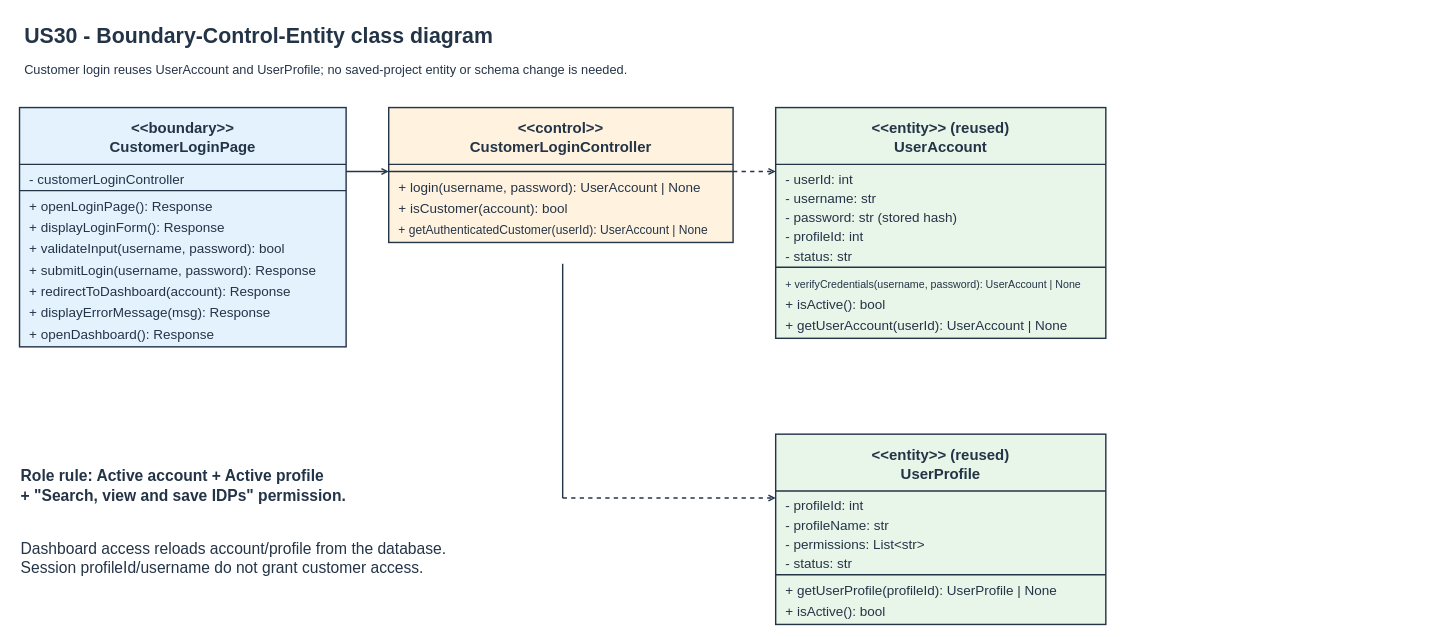
Above: page "5 BCE Class Diagram" (2 of 7) of Sprint_3/US30 - Customer Log In/US30 Customer log in.drawio in Hanzxc/CSIT314-ARCHSS (draw.io), before the change. Source tidied: cells renumbered, new cells numbered last; positions are measured from the earlier drawing's top-left corner, leaving out a move shared by most shapes. Both pictures are drawn from the tidied source at 71%, with x=0, y=0 at pixel (19, 18).
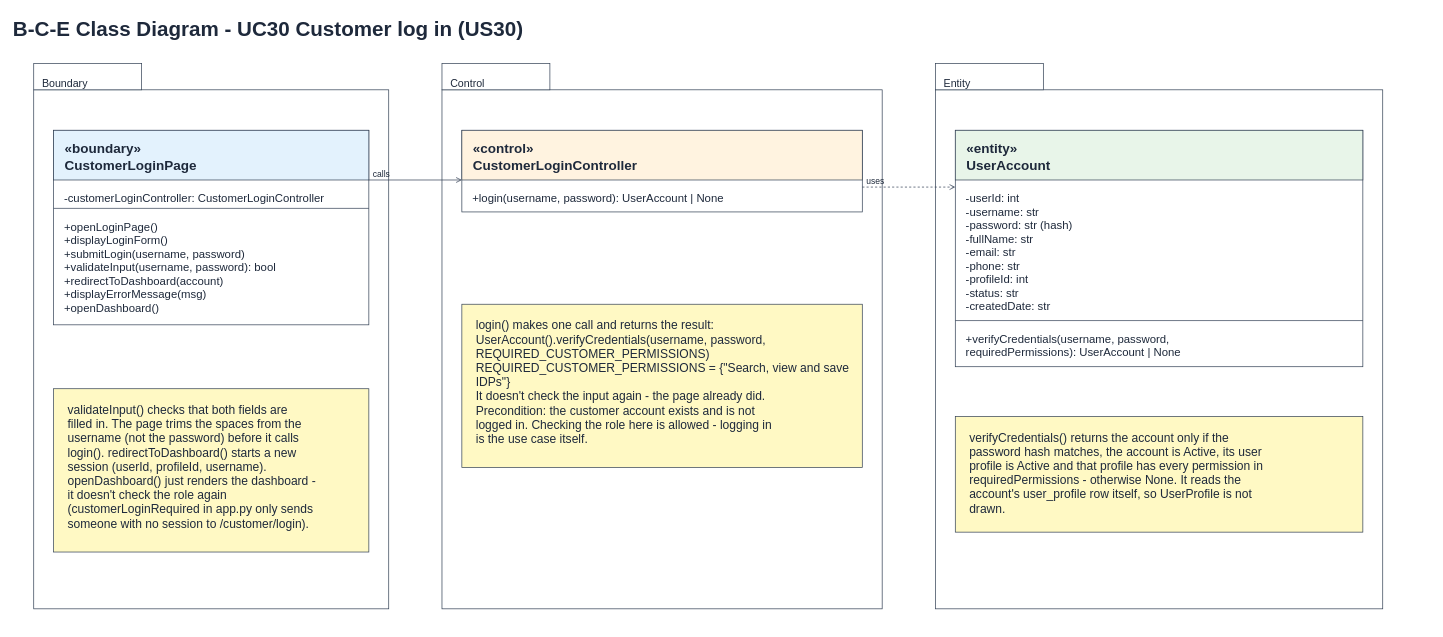
After the change.

What changed in the source:
```diff
@@
-    <mxCell id="2" value="US30 - Boundary-Control-Entity class diagram" style="text;html=0;align=left;verticalAlign=middle;whiteSpace=wrap;fontSize=30;fontStyle=1;fontColor=#243447;" parent="1" vertex="1">
-      <mxGeometry x="5" width="1520" height="45" as="geometry" />
+    <mxCell id="2" value="B-C-E Class Diagram - UC30 Customer log in (US30)" style="text;html=0;align=left;verticalAlign=top;fontSize=29;fontStyle=1;fontColor=#1e293b;" parent="1" vertex="1">
+      <mxGeometry x="-11" y="-10" width="2000" height="43" as="geometry" />
     </mxCell>
-    <mxCell id="3" value="Customer login reuses UserAccount and UserProfile; no saved-project entity or schema change is needed." style="text;html=0;align=left;verticalAlign=middle;whiteSpace=wrap;fontSize=18;fontStyle=0;fontColor=#243447;" parent="1" vertex="1">
-      <mxGeometry x="5" y="52" width="1520" height="40" as="geometry" />
+    <mxCell id="3" style="rounded=0;whiteSpace=wrap;fillColor=#ffffff;strokeColor=#334155;" parent="1" vertex="1">
+      <mxGeometry x="20" y="100" width="500" height="731" as="geometry" />
     </mxCell>
-    <mxCell id="4" style="rounded=0;html=0;fillColor=#e3f2fd;strokeColor=#243447;strokeWidth=2;" parent="1" vertex="1">
-      <mxGeometry y="125" width="460" height="337" as="geometry" />
+    <mxCell id="4" style="rounded=0;whiteSpace=wrap;fillColor=#ffffff;strokeColor=#334155;" parent="1" vertex="1">
+      <mxGeometry x="20" y="63" width="152" height="37" as="geometry" />
     </mxCell>
-    <mxCell id="5" value="&lt;&lt;boundary&gt;&gt;&#10;CustomerLoginPage" style="text;html=0;align=center;verticalAlign=middle;whiteSpace=wrap;fontSize=21;fontStyle=1;fontColor=#243447;" parent="1" vertex="1">
-      <mxGeometry x="8" y="134" width="444" height="65" as="geometry" />
+    <mxCell id="5" value="Boundary" style="text;html=0;align=left;verticalAlign=top;fontSize=15;fontStyle=0;fontColor=#1e293b;" parent="1" vertex="1">
+      <mxGeometry x="30" y="75" width="136" height="22" as="geometry" />
     </mxCell>
-    <mxCell id="6" style="endArrow=none;html=0;dashed=0;strokeWidth=2;strokeColor=#243447;" parent="1" edge="1">
-      <mxGeometry relative="1" as="geometry">
-        <mxPoint y="205" as="sourcePoint" />
-        <mxPoint x="460" y="205" as="targetPoint" />
-      </mxGeometry>
+    <mxCell id="6" style="rounded=0;whiteSpace=wrap;fillColor=#ffffff;strokeColor=#334155;" parent="1" vertex="1">
+      <mxGeometry x="595" y="100" width="620" height="731" as="geometry" />
     </mxCell>
-    <mxCell id="7" value="- customerLoginController" style="text;html=0;align=left;verticalAlign=middle;whiteSpace=wrap;fontSize=19;fontStyle=0;fontColor=#243447;" parent="1" vertex="1">
-      <mxGeometry x="12" y="213" width="436" height="27" as="geometry" />
+    <mxCell id="7" style="rounded=0;whiteSpace=wrap;fillColor=#ffffff;strokeColor=#334155;" parent="1" vertex="1">
+      <mxGeometry x="595" y="63" width="152" height="37" as="geometry" />
     </mxCell>
-    <mxCell id="8" style="endArrow=none;html=0;dashed=0;strokeWidth=2;strokeColor=#243447;" parent="1" edge="1">
-      <mxGeometry relative="1" as="geometry">
-        <mxPoint y="242" as="sourcePoint" />
-        <mxPoint x="460" y="242" as="targetPoint" />
-      </mxGeometry>
+    <mxCell id="8" value="Control" style="text;html=0;align=left;verticalAlign=top;fontSize=15;fontStyle=0;fontColor=#1e293b;" parent="1" vertex="1">
+      <mxGeometry x="605" y="75" width="136" height="22" as="geometry" />
     </mxCell>
-    <mxCell id="9" value="+ openLoginPage(): Response" style="text;html=0;align=left;verticalAlign=middle;whiteSpace=wrap;fontSize=19;fontStyle=0;fontColor=#243447;" parent="1" vertex="1">
-      <mxGeometry x="12" y="250" width="436" height="30" as="geometry" />
+    <mxCell id="9" style="rounded=0;whiteSpace=wrap;fillColor=#ffffff;strokeColor=#334155;" parent="1" vertex="1">
+      <mxGeometry x="1290" y="100" width="630" height="731" as="geometry" />
     </mxCell>
-    <mxCell id="10" value="+ displayLoginForm(): Response" style="text;html=0;align=left;verticalAlign=middle;whiteSpace=wrap;fontSize=19;fontStyle=0;fontColor=#243447;" parent="1" vertex="1">
-      <mxGeometry x="12" y="280" width="436" height="30" as="geometry" />
+    <mxCell id="10" style="rounded=0;whiteSpace=wrap;fillColor=#ffffff;strokeColor=#334155;" parent="1" vertex="1">
+      <mxGeometry x="1290" y="63" width="152" height="37" as="geometry" />
     </mxCell>
-    <mxCell id="11" value="+ validateInput(username, password): bool" style="text;html=0;align=left;verticalAlign=middle;whiteSpace=wrap;fontSize=19;fontStyle=0;fontColor=#243447;" parent="1" vertex="1">
-      <mxGeometry x="12" y="310" width="436" height="30" as="geometry" />
+    <mxCell id="11" value="Entity" style="text;html=0;align=left;verticalAlign=top;fontSize=15;fontStyle=0;fontColor=#1e293b;" parent="1" vertex="1">
+      <mxGeometry x="1300" y="75" width="136" height="22" as="geometry" />
     </mxCell>
-    <mxCell id="12" value="+ submitLogin(username, password): Response" style="text;html=0;align=left;verticalAlign=middle;whiteSpace=wrap;fontSize=19;fontStyle=0;fontColor=#243447;" parent="1" vertex="1">
-      <mxGeometry x="12" y="340" width="436" height="30" as="geometry" />
+    <mxCell id="12" style="rounded=0;whiteSpace=wrap;fillColor=#ffffff;strokeColor=#334155;" parent="1" vertex="1">
+      <mxGeometry x="48" y="157" width="444" height="274" as="geometry" />
     </mxCell>
-    <mxCell id="13" value="+ redirectToDashboard(account): Response" style="text;html=0;align=left;verticalAlign=middle;whiteSpace=wrap;fontSize=19;fontStyle=0;fontColor=#243447;" parent="1" vertex="1">
-      <mxGeometry x="12" y="370" width="436" height="30" as="geometry" />
+    <mxCell id="13" style="rounded=0;whiteSpace=wrap;fillColor=#e3f2fd;strokeColor=#334155;" parent="1" vertex="1">
+      <mxGeometry x="48" y="157" width="444" height="70" as="geometry" />
     </mxCell>
-    <mxCell id="14" value="+ displayErrorMessage(msg): Response" style="text;html=0;align=left;verticalAlign=middle;whiteSpace=wrap;fontSize=19;fontStyle=0;fontColor=#243447;" parent="1" vertex="1">
-      <mxGeometry x="12" y="400" width="436" height="30" as="geometry" />
+    <mxCell id="14" value="«boundary»&#10;CustomerLoginPage" style="text;html=0;align=left;verticalAlign=top;fontSize=19;fontStyle=1;fontColor=#1e293b;" parent="1" vertex="1">
+      <mxGeometry x="62" y="165" width="416" height="56" as="geometry" />
     </mxCell>
-    <mxCell id="15" value="+ openDashboard(): Response" style="text;html=0;align=left;verticalAlign=middle;whiteSpace=wrap;fontSize=19;fontStyle=0;fontColor=#243447;" parent="1" vertex="1">
-      <mxGeometry x="12" y="430" width="436" height="30" as="geometry" />
+    <mxCell id="15" value="-customerLoginController: CustomerLoginController" style="text;html=0;align=left;verticalAlign=top;fontSize=16;fontStyle=0;fontColor=#1e293b;" parent="1" vertex="1">
+      <mxGeometry x="61" y="237" width="416" height="22" as="geometry" />
     </mxCell>
-    <mxCell id="16" style="rounded=0;html=0;fillColor=#fff3e0;strokeColor=#243447;strokeWidth=2;" parent="1" vertex="1">
-      <mxGeometry x="520" y="125" width="485" height="190" as="geometry" />
+    <mxCell id="16" style="endArrow=none;html=0;dashed=0;strokeColor=#334155;" parent="1" edge="1">
+      <mxGeometry relative="1" as="geometry">
+        <mxPoint x="48" y="267" as="sourcePoint" />
+        <mxPoint x="492" y="267" as="targetPoint" />
+      </mxGeometry>
     </mxCell>
-    <mxCell id="17" value="&lt;&lt;control&gt;&gt;&#10;CustomerLoginController" style="text;html=0;align=center;verticalAlign=middle;whiteSpace=wrap;fontSize=21;fontStyle=1;fontColor=#243447;" parent="1" vertex="1">
-      <mxGeometry x="528" y="134" width="469" height="65" as="geometry" />
+    <mxCell id="17" value="+openLoginPage()&#10;+displayLoginForm()&#10;+submitLogin(username, password)&#10;+validateInput(username, password): bool&#10;+redirectToDashboard(account)&#10;+displayErrorMessage(msg)&#10;+openDashboard()" style="text;html=0;align=left;verticalAlign=top;fontSize=16;fontStyle=0;fontColor=#1e293b;" parent="1" vertex="1">
+      <mxGeometry x="61" y="277" width="416" height="142" as="geometry" />
     </mxCell>
-    <mxCell id="18" style="endArrow=none;html=0;dashed=0;strokeWidth=2;strokeColor=#243447;" parent="1" edge="1">
-      <mxGeometry relative="1" as="geometry">
-        <mxPoint x="520" y="205" as="sourcePoint" />
-        <mxPoint x="1005" y="205" as="targetPoint" />
-      </mxGeometry>
+    <mxCell id="18" style="rounded=0;whiteSpace=wrap;fillColor=#fff9c4;strokeColor=#334155;" parent="1" vertex="1">
+      <mxGeometry x="48" y="521" width="444" height="230" as="geometry" />
     </mxCell>
-    <mxCell id="19" style="endArrow=none;html=0;dashed=0;strokeWidth=2;strokeColor=#243447;" parent="1" edge="1">
-      <mxGeometry relative="1" as="geometry">
-        <mxPoint x="520" y="215" as="sourcePoint" />
-        <mxPoint x="1005" y="215" as="targetPoint" />
-      </mxGeometry>
+    <mxCell id="19" value="validateInput() checks that both fields are&#10;filled in. The page trims the spaces from the&#10;username (not the password) before it calls&#10;login(). redirectToDashboard() starts a new&#10;session (userId, profileId, username).&#10;openDashboard() just renders the dashboard -&#10;it doesn't check the role again&#10;(customerLoginRequired in app.py only sends&#10;someone with no session to /customer/login)." style="text;html=0;align=left;verticalAlign=top;fontSize=17;fontStyle=0;fontColor=#1e293b;" parent="1" vertex="1">
+      <mxGeometry x="66" y="534" width="408" height="208" as="geometry" />
     </mxCell>
-    <mxCell id="20" value="+ login(username, password): UserAccount | None" style="text;html=0;align=left;verticalAlign=middle;whiteSpace=wrap;fontSize=19;fontStyle=0;fontColor=#243447;" parent="1" vertex="1">
-      <mxGeometry x="532" y="223" width="461" height="30" as="geometry" />
+    <mxCell id="20" style="rounded=0;whiteSpace=wrap;fillColor=#ffffff;strokeColor=#334155;" parent="1" vertex="1">
+      <mxGeometry x="623" y="157" width="564" height="115" as="geometry" />
     </mxCell>
-    <mxCell id="21" value="+ isCustomer(account): bool" style="text;html=0;align=left;verticalAlign=middle;whiteSpace=wrap;fontSize=19;fontStyle=0;fontColor=#243447;" parent="1" vertex="1">
-      <mxGeometry x="532" y="253" width="461" height="30" as="geometry" />
+    <mxCell id="21" style="rounded=0;whiteSpace=wrap;fillColor=#fff3e0;strokeColor=#334155;" parent="1" vertex="1">
+      <mxGeometry x="623" y="157" width="564" height="70" as="geometry" />
     </mxCell>
-    <mxCell id="22" value="+ getAuthenticatedCustomer(userId): UserAccount | None" style="text;html=0;align=left;verticalAlign=middle;whiteSpace=wrap;fontSize=17;fontStyle=0;fontColor=#243447;" parent="1" vertex="1">
-      <mxGeometry x="532" y="283" width="461" height="30" as="geometry" />
+    <mxCell id="22" value="«control»&#10;CustomerLoginController" style="text;html=0;align=left;verticalAlign=top;fontSize=19;fontStyle=1;fontColor=#1e293b;" parent="1" vertex="1">
+      <mxGeometry x="637" y="165" width="536" height="56" as="geometry" />
     </mxCell>
-    <mxCell id="23" style="rounded=0;html=0;fillColor=#e8f5e9;strokeColor=#243447;strokeWidth=2;" parent="1" vertex="1">
-      <mxGeometry x="1065" y="125" width="465" height="325" as="geometry" />
+    <mxCell id="23" value="+login(username, password): UserAccount | None" style="text;html=0;align=left;verticalAlign=top;fontSize=16;fontStyle=0;fontColor=#1e293b;" parent="1" vertex="1">
+      <mxGeometry x="636" y="237" width="536" height="23" as="geometry" />
     </mxCell>
-    <mxCell id="24" value="&lt;&lt;entity&gt;&gt; (reused)&#10;UserAccount" style="text;html=0;align=center;verticalAlign=middle;whiteSpace=wrap;fontSize=21;fontStyle=1;fontColor=#243447;" parent="1" vertex="1">
-      <mxGeometry x="1073" y="134" width="449" height="65" as="geometry" />
+    <mxCell id="24" style="rounded=0;whiteSpace=wrap;fillColor=#fff9c4;strokeColor=#334155;" parent="1" vertex="1">
+      <mxGeometry x="623" y="402" width="564" height="230" as="geometry" />
     </mxCell>
-    <mxCell id="25" style="endArrow=none;html=0;dashed=0;strokeWidth=2;strokeColor=#243447;" parent="1" edge="1">
-      <mxGeometry relative="1" as="geometry">
-        <mxPoint x="1065" y="205" as="sourcePoint" />
-        <mxPoint x="1530" y="205" as="targetPoint" />
-      </mxGeometry>
+    <mxCell id="25" value="login() makes one call and returns the result:&#10;UserAccount().verifyCredentials(username, password,&#10;REQUIRED_CUSTOMER_PERMISSIONS)&#10;REQUIRED_CUSTOMER_PERMISSIONS = {&quot;Search, view and save&#10;IDPs&quot;}&#10;It doesn't check the input again - the page already did.&#10;Precondition: the customer account exists and is not&#10;logged in. Checking the role here is allowed - logging in&#10;is the use case itself." style="text;html=0;align=left;verticalAlign=top;fontSize=17;fontStyle=0;fontColor=#1e293b;" parent="1" vertex="1">
+      <mxGeometry x="641" y="415" width="528" height="208" as="geometry" />
     </mxCell>
-    <mxCell id="26" value="- userId: int" style="text;html=0;align=left;verticalAlign=middle;whiteSpace=wrap;fontSize=19;fontStyle=0;fontColor=#243447;" parent="1" vertex="1">
-      <mxGeometry x="1077" y="213" width="441" height="27" as="geometry" />
+    <mxCell id="26" style="rounded=0;whiteSpace=wrap;fillColor=#ffffff;strokeColor=#334155;" parent="1" vertex="1">
+      <mxGeometry x="1318" y="157" width="574" height="333" as="geometry" />
     </mxCell>
-    <mxCell id="27" value="- username: str" style="text;html=0;align=left;verticalAlign=middle;whiteSpace=wrap;fontSize=19;fontStyle=0;fontColor=#243447;" parent="1" vertex="1">
-      <mxGeometry x="1077" y="240" width="441" height="27" as="geometry" />
+    <mxCell id="27" style="rounded=0;whiteSpace=wrap;fillColor=#e8f5e9;strokeColor=#334155;" parent="1" vertex="1">
+      <mxGeometry x="1318" y="157" width="574" height="70" as="geometry" />
     </mxCell>
-    <mxCell id="28" value="- password: str (stored hash)" style="text;html=0;align=left;verticalAlign=middle;whiteSpace=wrap;fontSize=19;fontStyle=0;fontColor=#243447;" parent="1" vertex="1">
-      <mxGeometry x="1077" y="267" width="441" height="27" as="geometry" />
+    <mxCell id="28" value="«entity»&#10;UserAccount" style="text;html=0;align=left;verticalAlign=top;fontSize=19;fontStyle=1;fontColor=#1e293b;" parent="1" vertex="1">
+      <mxGeometry x="1332" y="165" width="546" height="56" as="geometry" />
     </mxCell>
-    <mxCell id="29" value="- profileId: int" style="text;html=0;align=left;verticalAlign=middle;whiteSpace=wrap;fontSize=19;fontStyle=0;fontColor=#243447;" parent="1" vertex="1">
-      <mxGeometry x="1077" y="294" width="441" height="27" as="geometry" />
+    <mxCell id="29" value="-userId: int&#10;-username: str&#10;-password: str (hash)&#10;-fullName: str&#10;-email: str&#10;-phone: str&#10;-profileId: int&#10;-status: str&#10;-createdDate: str" style="text;html=0;align=left;verticalAlign=top;fontSize=16;fontStyle=0;fontColor=#1e293b;" parent="1" vertex="1">
+      <mxGeometry x="1331" y="237" width="546" height="180" as="geometry" />
     </mxCell>
-    <mxCell id="30" value="- status: str" style="text;html=0;align=left;verticalAlign=middle;whiteSpace=wrap;fontSize=19;fontStyle=0;fontColor=#243447;" parent="1" vertex="1">
-      <mxGeometry x="1077" y="321" width="441" height="27" as="geometry" />
+    <mxCell id="30" style="endArrow=none;html=0;dashed=0;strokeColor=#334155;" parent="1" edge="1">
+      <mxGeometry relative="1" as="geometry">
+        <mxPoint x="1318" y="425" as="sourcePoint" />
+        <mxPoint x="1892" y="425" as="targetPoint" />
+      </mxGeometry>
     </mxCell>
-    <mxCell id="31" style="endArrow=none;html=0;dashed=0;strokeWidth=2;strokeColor=#243447;" parent="1" edge="1">
-      <mxGeometry relative="1" as="geometry">
-        <mxPoint x="1065" y="350" as="sourcePoint" />
-        <mxPoint x="1530" y="350" as="targetPoint" />
-      </mxGeometry>
+    <mxCell id="31" value="+verifyCredentials(username, password,&#10;    requiredPermissions): UserAccount | None" style="text;html=0;align=left;verticalAlign=top;fontSize=16;fontStyle=0;fontColor=#1e293b;" parent="1" vertex="1">
+      <mxGeometry x="1331" y="435" width="546" height="43" as="geometry" />
     </mxCell>
-    <mxCell id="32" value="+ verifyCredentials(username, password): UserAccount | None" style="text;html=0;align=left;verticalAlign=middle;whiteSpace=wrap;fontSize=15;fontStyle=0;fontColor=#243447;" parent="1" vertex="1">
-      <mxGeometry x="1077" y="358" width="441" height="30" as="geometry" />
+    <mxCell id="32" style="rounded=0;whiteSpace=wrap;fillColor=#fff9c4;strokeColor=#334155;" parent="1" vertex="1">
+      <mxGeometry x="1318" y="560" width="574" height="163" as="geometry" />
     </mxCell>
-    <mxCell id="33" value="+ isActive(): bool" style="text;html=0;align=left;verticalAlign=middle;whiteSpace=wrap;fontSize=19;fontStyle=0;fontColor=#243447;" parent="1" vertex="1">
-      <mxGeometry x="1077" y="388" width="441" height="30" as="geometry" />
+    <mxCell id="33" value="verifyCredentials() returns the account only if the&#10;password hash matches, the account is Active, its user&#10;profile is Active and that profile has every permission in&#10;requiredPermissions - otherwise None. It reads the&#10;account's user_profile row itself, so UserProfile is not&#10;drawn." style="text;html=0;align=left;verticalAlign=top;fontSize=17;fontStyle=0;fontColor=#1e293b;" parent="1" vertex="1">
+      <mxGeometry x="1336" y="573" width="538" height="141" as="geometry" />
     </mxCell>
-    <mxCell id="34" value="+ getUserAccount(userId): UserAccount | None" style="text;html=0;align=left;verticalAlign=middle;whiteSpace=wrap;fontSize=19;fontStyle=0;fontColor=#243447;" parent="1" vertex="1">
-      <mxGeometry x="1077" y="418" width="441" height="30" as="geometry" />
+    <mxCell id="34" style="endArrow=open;html=0;dashed=0;strokeColor=#334155;" parent="1" edge="1">
+      <mxGeometry relative="1" as="geometry">
+        <mxPoint x="492" y="227" as="sourcePoint" />
+        <mxPoint x="623" y="227" as="targetPoint" />
+      </mxGeometry>
     </mxCell>
-    <mxCell id="35" style="rounded=0;html=0;fillColor=#e8f5e9;strokeColor=#243447;strokeWidth=2;" parent="1" vertex="1">
-      <mxGeometry x="1065" y="585" width="465" height="268" as="geometry" />
+    <mxCell id="35" value="calls" style="text;html=0;align=left;verticalAlign=top;fontSize=12;fontStyle=0;fontColor=#1e293b;" parent="1" vertex="1">
+      <mxGeometry x="496" y="205" width="40" height="20" as="geometry" />
     </mxCell>
-    <mxCell id="36" value="&lt;&lt;entity&gt;&gt; (reused)&#10;UserProfile" style="text;html=0;align=center;verticalAlign=middle;whiteSpace=wrap;fontSize=21;fontStyle=1;fontColor=#243447;" parent="1" vertex="1">
-      <mxGeometry x="1073" y="594" width="449" height="65" as="geometry" />
+    <mxCell id="36" style="endArrow=open;html=0;dashed=1;strokeColor=#334155;" parent="1" edge="1">
+      <mxGeometry relative="1" as="geometry">
+        <mxPoint x="1187" y="237" as="sourcePoint" />
+        <mxPoint x="1318" y="237" as="targetPoint" />
+      </mxGeometry>
     </mxCell>
-    <mxCell id="37" style="endArrow=none;html=0;dashed=0;strokeWidth=2;strokeColor=#243447;" parent="1" edge="1">
-      <mxGeometry relative="1" as="geometry">
-        <mxPoint x="1065" y="665" as="sourcePoint" />
-        <mxPoint x="1530" y="665" as="targetPoint" />
-      </mxGeometry>
+    <mxCell id="37" value="uses" style="text;html=0;align=left;verticalAlign=top;fontSize=12;fontStyle=0;fontColor=#1e293b;" parent="1" vertex="1">
+      <mxGeometry x="1191" y="215" width="40" height="20" as="geometry" />
     </mxCell>
-    <mxCell id="38" value="- profileId: int" style="text;html=0;align=left;verticalAlign=middle;whiteSpace=wrap;fontSize=19;fontStyle=0;fontColor=#243447;" parent="1" vertex="1">
-      <mxGeometry x="1077" y="673" width="441" height="27" as="geometry" />
-    </mxCell>
-    <mxCell id="39" value="- profileName: str" style="text;html=0;align=left;verticalAlign=middle;whiteSpace=wrap;fontSize=19;fontStyle=0;fontColor=#243447;" parent="1" vertex="1">
-      <mxGeometry x="1077" y="700" width="441" height="27" as="geometry" />
-    </mxCell>
-    <mxCell id="40" value="- permissions: List&lt;str&gt;" style="text;html=0;align=left;verticalAlign=middle;whiteSpace=wrap;fontSize=19;fontStyle=0;fontColor=#243447;" parent="1" vertex="1">
-      <mxGeometry x="1077" y="727" width="441" height="27" as="geometry" />
-    </mxCell>
-    <mxCell id="41" value="- status: str" style="text;html=0;align=left;verticalAlign=middle;whiteSpace=wrap;fontSize=19;fontStyle=0;fontColor=#243447;" parent="1" vertex="1">
-      <mxGeometry x="1077" y="754" width="441" height="27" as="geometry" />
-    </mxCell>
-    <mxCell id="42" style="endArrow=none;html=0;dashed=0;strokeWidth=2;strokeColor=#243447;" parent="1" edge="1">
-      <mxGeometry relative="1" as="geometry">
-        <mxPoint x="1065" y="783" as="sourcePoint" />
-        <mxPoint x="1530" y="783" as="targetPoint" />
-      </mxGeometry>
-    </mxCell>
-    <mxCell id="43" value="+ getUserProfile(profileId): UserProfile | None" style="text;html=0;align=left;verticalAlign=middle;whiteSpace=wrap;fontSize=19;fontStyle=0;fontColor=#243447;" parent="1" vertex="1">
-      <mxGeometry x="1077" y="791" width="441" height="30" as="geometry" />
-    </mxCell>
-    <mxCell id="44" value="+ isActive(): bool" style="text;html=0;align=left;verticalAlign=middle;whiteSpace=wrap;fontSize=19;fontStyle=0;fontColor=#243447;" parent="1" vertex="1">
-      <mxGeometry x="1077" y="821" width="441" height="30" as="geometry" />
-    </mxCell>
-    <mxCell id="45" style="endArrow=open;html=0;dashed=0;strokeWidth=2;strokeColor=#243447;" parent="1" edge="1">
-      <mxGeometry relative="1" as="geometry">
-        <mxPoint x="460" y="215" as="sourcePoint" />
-        <mxPoint x="520" y="215" as="targetPoint" />
-      </mxGeometry>
-    </mxCell>
-    <mxCell id="46" style="endArrow=open;html=0;dashed=1;strokeWidth=2;strokeColor=#243447;" parent="1" edge="1">
-      <mxGeometry relative="1" as="geometry">
-        <mxPoint x="1005" y="215" as="sourcePoint" />
-        <mxPoint x="1065" y="215" as="targetPoint" />
-      </mxGeometry>
-    </mxCell>
-    <mxCell id="47" style="endArrow=none;html=0;dashed=0;strokeWidth=2;strokeColor=#243447;" parent="1" edge="1">
-      <mxGeometry relative="1" as="geometry">
-        <mxPoint x="765" y="345" as="sourcePoint" />
-        <mxPoint x="765" y="675" as="targetPoint" />
-      </mxGeometry>
-    </mxCell>
-    <mxCell id="48" style="endArrow=open;html=0;dashed=1;strokeWidth=2;strokeColor=#243447;" parent="1" edge="1">
-      <mxGeometry relative="1" as="geometry">
-        <mxPoint x="765" y="675" as="sourcePoint" />
-        <mxPoint x="1065" y="675" as="targetPoint" />
-      </mxGeometry>
-    </mxCell>
-    <mxCell id="49" value="Role rule: Active account + Active profile&#10;+ &quot;Search, view and save IDPs&quot; permission." style="text;html=0;align=left;verticalAlign=middle;whiteSpace=wrap;fontSize=22;fontStyle=1;fontColor=#243447;" parent="1" vertex="1">
-      <mxGeometry y="625" width="720" height="65" as="geometry" />
-    </mxCell>
-    <mxCell id="50" value="Dashboard access reloads account/profile from the database.&#10;Session profileId/username do not grant customer access." style="text;html=0;align=left;verticalAlign=middle;whiteSpace=wrap;fontSize=22;fontStyle=0;fontColor=#243447;" parent="1" vertex="1">
-      <mxGeometry y="720" width="1000" height="80" as="geometry" />
-    </mxCell>
```
